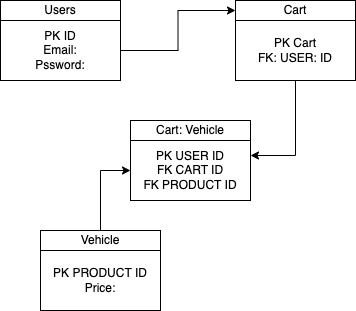
This is imgs/Untitled.drawio.png from jaronw1/project-2, a draw.io export, as it was before one commit. Source tidied: cells renumbered, new cells last; positions are measured from the earlier drawing's top-left corner, leaving out a move shared by most shapes.
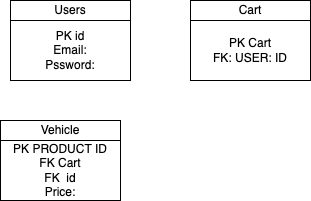
The same diagram one commit later.

What changed in the source:
```diff
@@ -5,35 +5,20 @@
     <mxCell id="2" value="Users" style="rounded=0;whiteSpace=wrap;html=1;" parent="1" vertex="1">
       <mxGeometry width="120" height="20" as="geometry" />
     </mxCell>
-    <mxCell id="3" style="edgeStyle=orthogonalEdgeStyle;rounded=0;jettySize=auto;html=1;" parent="1" edge="1" source="4" target="5">
-      <mxGeometry relative="1" as="geometry" />
-    </mxCell>
-    <mxCell id="4" value="PK ID&lt;br&gt;Email:&lt;br&gt;Pssword:" style="rounded=0;whiteSpace=wrap;html=1;" parent="1" vertex="1">
+    <mxCell id="4" value="PK id&lt;br&gt;Email:&lt;br&gt;Pssword:" style="rounded=0;whiteSpace=wrap;html=1;" parent="1" vertex="1">
       <mxGeometry y="20" width="120" height="60" as="geometry" />
     </mxCell>
     <mxCell id="5" value="Cart" style="rounded=0;whiteSpace=wrap;html=1;" parent="1" vertex="1">
-      <mxGeometry x="235" width="120" height="20" as="geometry" />
+      <mxGeometry x="180" width="120" height="20" as="geometry" />
     </mxCell>
-    <mxCell id="6" value="PK USER ID&lt;br&gt;FK CART ID&lt;br&gt;FK PRODUCT ID" style="rounded=0;whiteSpace=wrap;html=1;" parent="1" vertex="1">
-      <mxGeometry x="130" y="140" width="120" height="60" as="geometry" />
-    </mxCell>
-    <mxCell id="7" style="edgeStyle=orthogonalEdgeStyle;rounded=0;jettySize=auto;html=1;exitX=0.5;exitY=1;exitDx=0;exitDy=0;entryX=1;entryY=0.25;entryDx=0;entryDy=0;" parent="1" edge="1" source="8" target="6">
-      <mxGeometry relative="1" as="geometry" />
-    </mxCell>
     <mxCell id="8" value="PK Cart&lt;br&gt;FK: USER: ID" style="rounded=0;whiteSpace=wrap;html=1;" parent="1" vertex="1">
-      <mxGeometry x="235" y="20" width="120" height="60" as="geometry" />
+      <mxGeometry x="180" y="20" width="120" height="60" as="geometry" />
     </mxCell>
-    <mxCell id="9" value="Cart: Vehicle" style="rounded=0;whiteSpace=wrap;html=1;" parent="1" vertex="1">
-      <mxGeometry x="130" y="120" width="120" height="20" as="geometry" />
-    </mxCell>
-    <mxCell id="10" style="edgeStyle=orthogonalEdgeStyle;rounded=0;jettySize=auto;html=1;entryX=0;entryY=0.5;entryDx=0;entryDy=0;" parent="1" edge="1" source="11" target="6">
-      <mxGeometry relative="1" as="geometry" />
-    </mxCell>
     <mxCell id="11" value="Vehicle" style="rounded=0;whiteSpace=wrap;html=1;" parent="1" vertex="1">
-      <mxGeometry x="40" y="230" width="120" height="20" as="geometry" />
+      <mxGeometry x="-10" y="120" width="120" height="20" as="geometry" />
     </mxCell>
-    <mxCell id="12" value="PK PRODUCT ID&lt;br&gt;Price:" style="rounded=0;whiteSpace=wrap;html=1;" parent="1" vertex="1">
-      <mxGeometry x="40" y="250" width="120" height="60" as="geometry" />
+    <mxCell id="12" value="PK PRODUCT ID&lt;br&gt;FK Cart&lt;br&gt;FK&amp;nbsp; id&lt;br&gt;Price:" style="rounded=0;whiteSpace=wrap;html=1;" parent="1" vertex="1">
+      <mxGeometry x="-10" y="140" width="120" height="60" as="geometry" />
     </mxCell>
   </root>
 </mxGraphModel>
```
